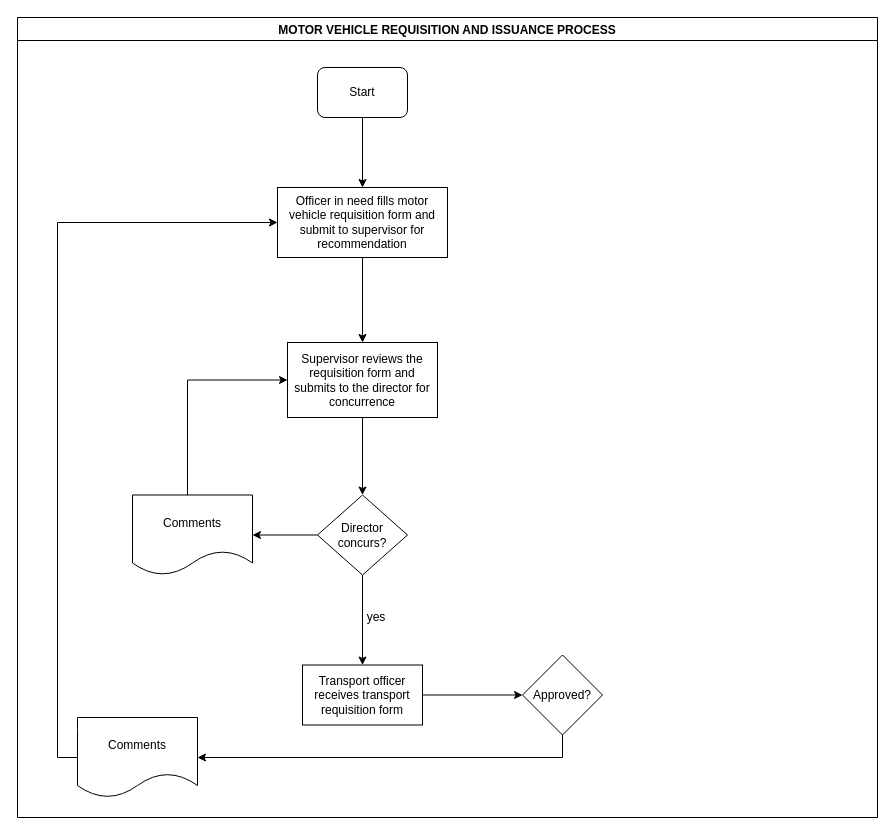
Before: LC-Training-MOTOR VEHICLE REQUISITION AND ISSUANCE PROCESS.drawio in kmagua/flowcharts, a draw.io diagram. Source tidied: cells renumbered, new cells numbered last; positions are measured from the earlier drawing's top-left corner, leaving out a move shared by most shapes. Both pictures are drawn from the tidied source at 100%, with x=0, y=0 at pixel (17, 17).
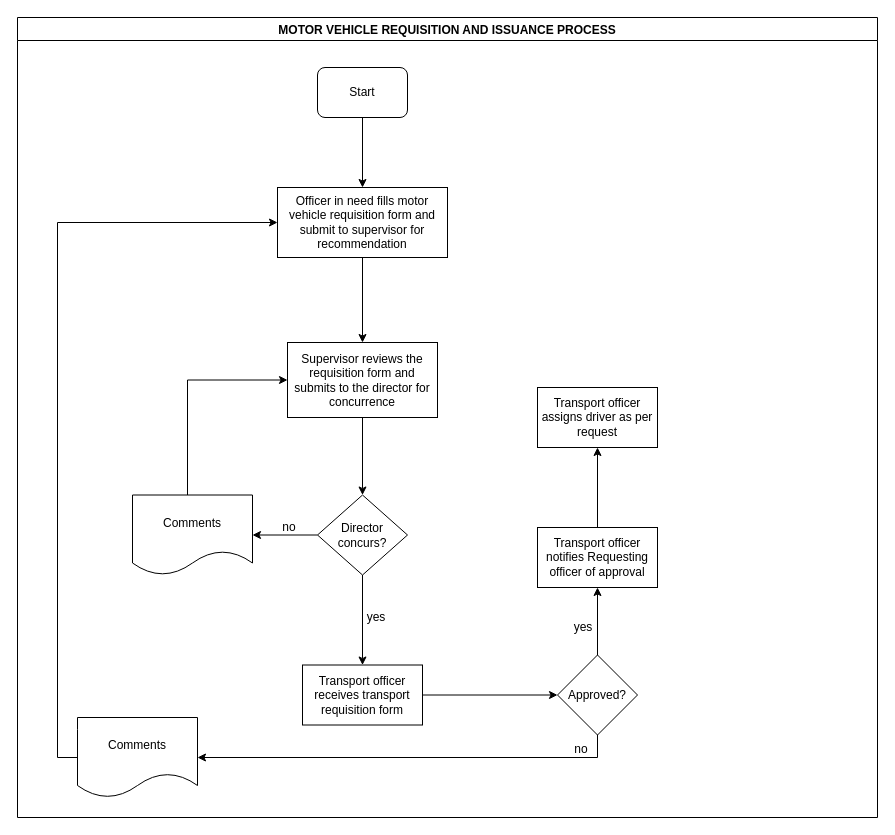
After the change.

Unchanged cells that the change refers to:
```xml
<mxCell id="2" value="MOTOR VEHICLE REQUISITION AND ISSUANCE PROCESS" style="swimlane;" parent="1" vertex="1">
  <mxGeometry width="860" height="800" as="geometry" />
</mxCell>
<mxCell id="8" value="Comments" style="shape=document;whiteSpace=wrap;html=1;boundedLbl=1;rounded=0;" parent="2" vertex="1">
  <mxGeometry x="60" y="700" width="120" height="80" as="geometry" />
</mxCell>
```

The edit, as a diff of the source:
```diff
@@
+    <mxCell id="21" value="Transport officer notifies Requesting officer of approval" style="whiteSpace=wrap;html=1;rounded=0;" parent="2" vertex="1">
+      <mxGeometry x="520" y="510" width="120" height="60" as="geometry" />
+    </mxCell>
@@
-    <mxCell id="17" style="edgeStyle=orthogonalEdgeStyle;rounded=0;jettySize=auto;html=1;" parent="1" edge="1" source="18" target="8">
+    <mxCell id="17" style="edgeStyle=orthogonalEdgeStyle;rounded=0;jettySize=auto;html=1;exitX=0.5;exitY=1;exitDx=0;exitDy=0;" parent="1" edge="1" source="18" target="8">
       <mxGeometry relative="1" as="geometry">
         <Array as="points">
-          <mxPoint x="545" y="740" />
+          <mxPoint x="580" y="718" />
+          <mxPoint x="580" y="740" />
         </Array>
       </mxGeometry>
     </mxCell>
+    <mxCell id="22" style="edgeStyle=orthogonalEdgeStyle;rounded=0;jettySize=auto;html=1;" parent="1" edge="1" source="18" target="21">
+      <mxGeometry relative="1" as="geometry" />
+    </mxCell>
     <mxCell id="18" value="Approved?" style="rhombus;whiteSpace=wrap;html=1;rounded=0;" parent="1" vertex="1">
-      <mxGeometry x="505" y="637.5" width="80" height="80" as="geometry" />
+      <mxGeometry x="540" y="637.5" width="80" height="80" as="geometry" />
     </mxCell>
@@
+    <mxCell id="23" value="no" style="text;html=1;strokeColor=none;fillColor=none;align=center;verticalAlign=middle;whiteSpace=wrap;rounded=0;" parent="1" vertex="1">
+      <mxGeometry x="252" y="500" width="40" height="20" as="geometry" />
+    </mxCell>
+    <mxCell id="24" value="no" style="text;html=1;strokeColor=none;fillColor=none;align=center;verticalAlign=middle;whiteSpace=wrap;rounded=0;" parent="1" vertex="1">
+      <mxGeometry x="544" y="722" width="40" height="20" as="geometry" />
+    </mxCell>
+    <mxCell id="25" value="yes" style="text;html=1;strokeColor=none;fillColor=none;align=center;verticalAlign=middle;whiteSpace=wrap;rounded=0;" parent="1" vertex="1">
+      <mxGeometry x="546" y="600" width="40" height="20" as="geometry" />
+    </mxCell>
+    <mxCell id="26" value="Transport officer assigns driver as per request" style="whiteSpace=wrap;html=1;rounded=0;" parent="1" vertex="1">
+      <mxGeometry x="520" y="370" width="120" height="60" as="geometry" />
+    </mxCell>
+    <mxCell id="27" style="edgeStyle=orthogonalEdgeStyle;rounded=0;jettySize=auto;html=1;" parent="1" edge="1" source="21" target="26">
+      <mxGeometry relative="1" as="geometry" />
+    </mxCell>
```
